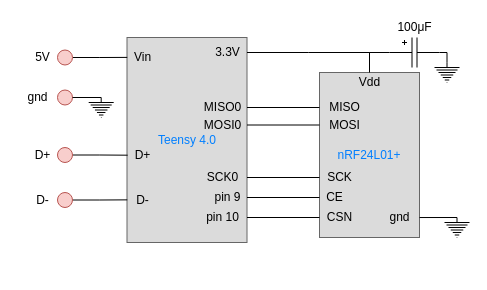
Above: documentation/diagrams/SVU_CircuitDiagram.drawio in tjarker/Telemetry (draw.io), before the change. Source tidied: cells renumbered, new cells numbered last; positions are measured from the earlier drawing's top-left corner, leaving out a move shared by most shapes. Both pictures are drawn from the tidied source at 100%, with x=0, y=0 at pixel (17, 17).
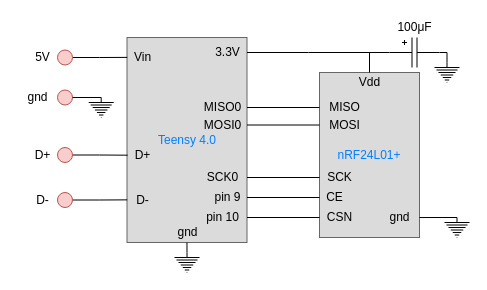
The same diagram, later.

Commit message (it also covers changes not shown here):
add teensy ground to both circuit diagrams

The edit, as a diff of the source:
```diff
@@
+    <mxCell id="47" value="gnd" style="text;html=1;align=center;verticalAlign=middle;points=[];strokeColor=none;fontSize=12;fontColor=#000000;" parent="1" vertex="1">
+      <mxGeometry x="149.5" y="205" width="40" height="20" as="geometry" />
+    </mxCell>
+    <mxCell id="48" style="edgeStyle=orthogonalEdgeStyle;rounded=0;jettySize=auto;html=1;exitX=0.5;exitY=0;exitDx=0;exitDy=0;exitPerimeter=0;entryX=0.499;entryY=1;entryDx=0;entryDy=0;entryPerimeter=0;endArrow=none;endFill=0;" parent="1" edge="1" source="49" target="47">
+      <mxGeometry relative="1" as="geometry" />
+    </mxCell>
+    <mxCell id="49" style="verticalLabelPosition=bottom;shadow=0;dashed=0;align=center;html=1;verticalAlign=top;shape=mxgraph.electrical.signal_sources.protective_earth;fontSize=12;" parent="1" vertex="1">
+      <mxGeometry x="157" y="235" width="25" height="20" as="geometry" />
+    </mxCell>
```
